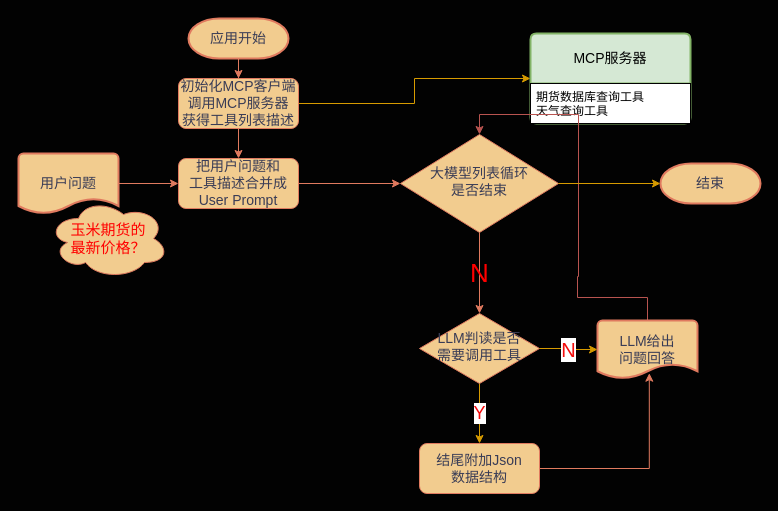
iniunet/Explore-MCP keeps this draw.io diagram as MCP-LLM/未命名绘图.drawio. Above is the earlier version. Source tidied: cells renumbered, new cells numbered last; positions are measured from the earlier drawing's top-left corner, leaving out a move shared by most shapes. Both pictures are drawn from the tidied source at 100%, with x=0, y=0 at pixel (18, 18).
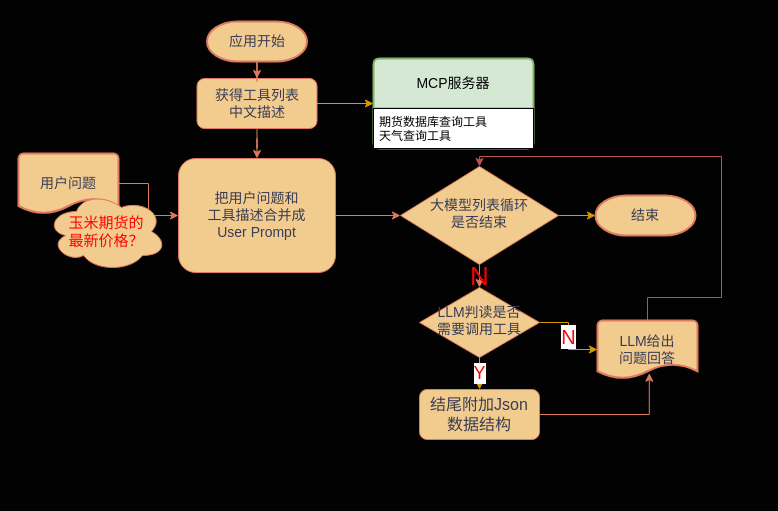
The same diagram, later.

Commit message:
更新未命名绘图.drawio

Unchanged cells that the change refers to:
```xml
<mxCell id="17" value="&lt;span style=&quot;font-size: 14px;&quot;&gt;LLM给出&lt;/span&gt;&lt;div&gt;&lt;span style=&quot;font-size: 14px;&quot;&gt;问题回答&lt;/span&gt;&lt;/div&gt;" style="strokeWidth=2;html=1;shape=mxgraph.flowchart.document2;whiteSpace=wrap;size=0.25;labelBackgroundColor=none;fillColor=#F2CC8F;strokeColor=#E07A5F;fontColor=#393C56;" parent="1" vertex="1">
  <mxGeometry x="579" y="302" width="100" height="58" as="geometry" />
</mxCell>
```

The edit, as a diff of the source:
```diff
@@
-    <mxCell id="4" value="&lt;font style=&quot;font-size: 14px;&quot;&gt;初始化MCP客户端&lt;/font&gt;&lt;div&gt;&lt;font style=&quot;font-size: 14px;&quot;&gt;调用MCP服务器&lt;/font&gt;&lt;/div&gt;&lt;div&gt;&lt;font style=&quot;font-size: 14px;&quot;&gt;获得工具列表描述&lt;/font&gt;&lt;/div&gt;" style="rounded=1;whiteSpace=wrap;html=1;fontSize=12;glass=0;strokeWidth=1;shadow=0;labelBackgroundColor=none;fillColor=#F2CC8F;strokeColor=#E07A5F;fontColor=#393C56;" parent="1" vertex="1">
-      <mxGeometry x="160" y="60" width="120" height="50" as="geometry" />
+    <mxCell id="4" value="&lt;div&gt;&lt;font style=&quot;font-size: 14px;&quot;&gt;获得工具列表&lt;/font&gt;&lt;/div&gt;&lt;div&gt;&lt;font style=&quot;font-size: 14px;&quot;&gt;中文描述&lt;/font&gt;&lt;/div&gt;" style="rounded=1;whiteSpace=wrap;html=1;fontSize=12;glass=0;strokeWidth=1;shadow=0;labelBackgroundColor=none;fillColor=#F2CC8F;strokeColor=#E07A5F;fontColor=#393C56;" parent="1" vertex="1">
+      <mxGeometry x="178.5" y="60" width="120" height="50" as="geometry" />
     </mxCell>
@@
     <mxCell id="6" value="LLM判读是否&lt;div&gt;需要调用工具&lt;/div&gt;" style="rhombus;whiteSpace=wrap;html=1;shadow=0;fontFamily=Helvetica;fontSize=14;align=center;strokeWidth=1;spacing=6;spacingTop=-4;labelBackgroundColor=none;fillColor=#F2CC8F;strokeColor=#E07A5F;fontColor=#393C56;" parent="1" vertex="1">
-      <mxGeometry x="401" y="295" width="120" height="70" as="geometry" />
+      <mxGeometry x="401" y="269" width="120" height="70" as="geometry" />
     </mxCell>
@@
     <mxCell id="8" value="&lt;font style=&quot;font-size: 14px;&quot;&gt;应用开始&lt;/font&gt;" style="strokeWidth=2;html=1;shape=mxgraph.flowchart.terminator;whiteSpace=wrap;labelBackgroundColor=none;fillColor=#F2CC8F;strokeColor=#E07A5F;fontColor=#393C56;" parent="1" vertex="1">
-      <mxGeometry x="170" width="100" height="40" as="geometry" />
+      <mxGeometry x="188.5" y="3" width="100" height="40" as="geometry" />
     </mxCell>
@@
     <mxCell id="10" value="&lt;span style=&quot;font-size: 14px;&quot;&gt;把用户问题和&lt;/span&gt;&lt;div&gt;&lt;span style=&quot;font-size: 14px;&quot;&gt;工具描述合并成&lt;/span&gt;&lt;/div&gt;&lt;div&gt;&lt;span style=&quot;font-size: 14px;&quot;&gt;User Prompt&lt;/span&gt;&lt;/div&gt;" style="rounded=1;whiteSpace=wrap;html=1;fontSize=12;glass=0;strokeWidth=1;shadow=0;labelBackgroundColor=none;fillColor=#F2CC8F;strokeColor=#E07A5F;fontColor=#393C56;" parent="1" vertex="1">
-      <mxGeometry x="160" y="140" width="120" height="50" as="geometry" />
+      <mxGeometry x="160" y="140" width="157" height="114" as="geometry" />
     </mxCell>
@@
     <mxCell id="14" value="MCP服务器" style="swimlane;horizontal=1;startSize=50;rounded=1;fontSize=14;fontStyle=0;strokeWidth=2;shadow=0;dashed=0;align=center;arcSize=4;whiteSpace=wrap;html=1;labelBackgroundColor=none;fillColor=#d5e8d4;strokeColor=#82b366;" parent="1" vertex="1">
-      <mxGeometry x="512" y="15" width="160" height="90" as="geometry" />
+      <mxGeometry x="355" y="40" width="160" height="90" as="geometry" />
     </mxCell>
@@
     <mxCell id="16" style="edgeStyle=orthogonalEdgeStyle;rounded=0;jettySize=auto;html=1;entryX=0.5;entryY=0;entryDx=0;entryDy=0;fillColor=#f8cecc;strokeColor=#b85450;" parent="1" edge="1" source="17" target="21">
       <mxGeometry relative="1" as="geometry">
         <Array as="points">
           <mxPoint x="629" y="279" />
-          <mxPoint x="559" y="279" />
-          <mxPoint x="559" y="258" />
-          <mxPoint x="560" y="96" />
-          <mxPoint x="461" y="96" />
+          <mxPoint x="703" y="279" />
+          <mxPoint x="703" y="138" />
+          <mxPoint x="461" y="138" />
         </Array>
       </mxGeometry>
     </mxCell>
@@
-    <mxCell id="18" value="&lt;span style=&quot;font-size: 14px;&quot;&gt;结尾附加Json&lt;/span&gt;&lt;div&gt;&lt;span style=&quot;font-size: 14px;&quot;&gt;数据结构&lt;/span&gt;&lt;/div&gt;" style="rounded=1;whiteSpace=wrap;html=1;fontSize=12;glass=0;strokeWidth=1;shadow=0;labelBackgroundColor=none;fillColor=#F2CC8F;strokeColor=#E07A5F;fontColor=#393C56;" parent="1" vertex="1">
-      <mxGeometry x="401" y="425" width="120" height="50" as="geometry" />
+    <mxCell id="18" value="&lt;span&gt;结尾附加Json&lt;/span&gt;&lt;div&gt;&lt;span&gt;数据结构&lt;/span&gt;&lt;/div&gt;" style="rounded=1;whiteSpace=wrap;html=1;fontSize=16;glass=0;strokeWidth=1;shadow=0;labelBackgroundColor=none;fillColor=#F2CC8F;strokeColor=#E07A5F;fontColor=#393C56;" parent="1" vertex="1">
+      <mxGeometry x="401" y="371" width="120" height="50" as="geometry" />
     </mxCell>
@@
     <mxCell id="20" value="玉米期货的&lt;div&gt;最新价格？&lt;/div&gt;" style="ellipse;shape=cloud;whiteSpace=wrap;html=1;strokeColor=#E07A5F;fontColor=#FF0000;fillColor=#F2CC8F;fontSize=15;" parent="1" vertex="1">
-      <mxGeometry x="30" y="180" width="120" height="80" as="geometry" />
+      <mxGeometry x="28" y="173" width="120" height="80" as="geometry" />
     </mxCell>
     <mxCell id="21" value="大模型列表循环&lt;div&gt;是否结束&lt;/div&gt;" style="rhombus;whiteSpace=wrap;html=1;shadow=0;fontFamily=Helvetica;fontSize=14;align=center;strokeWidth=1;spacing=6;spacingTop=-4;labelBackgroundColor=none;fillColor=#F2CC8F;strokeColor=#E07A5F;fontColor=#393C56;" parent="1" vertex="1">
-      <mxGeometry x="382" y="116" width="158" height="98" as="geometry" />
+      <mxGeometry x="382" y="148" width="158" height="98" as="geometry" />
     </mxCell>
     <mxCell id="22" value="&lt;span style=&quot;font-size: 14px;&quot;&gt;结束&lt;/span&gt;" style="strokeWidth=2;html=1;shape=mxgraph.flowchart.terminator;whiteSpace=wrap;labelBackgroundColor=none;fillColor=#F2CC8F;strokeColor=#E07A5F;fontColor=#393C56;" parent="1" vertex="1">
-      <mxGeometry x="642" y="145" width="100" height="40" as="geometry" />
+      <mxGeometry x="577" y="177" width="100" height="40" as="geometry" />
     </mxCell>
```
